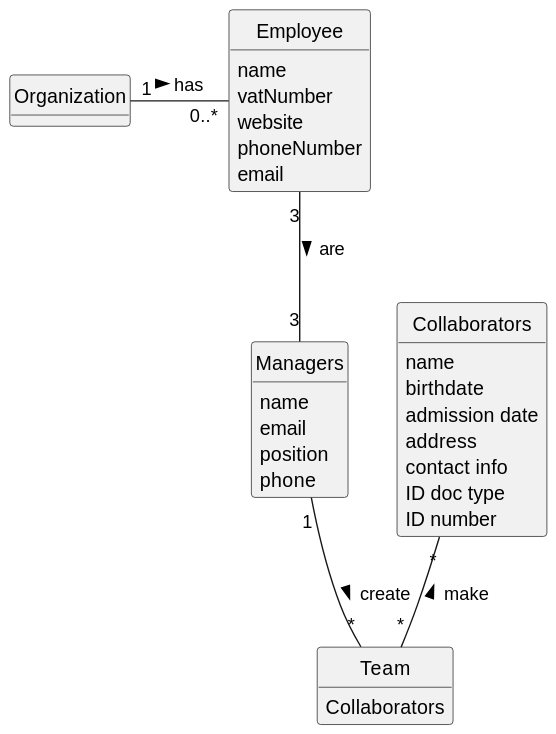
Above: docs/sprintA/us005/02.analysis/svg/us005-domain-model.svg in Departamento-de-Engenharia-Informatica/lei-24-s2-1df-1de-g063 (PlantUML), before the change.
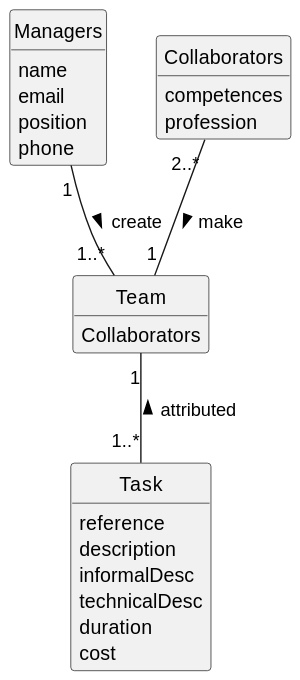
The same file after the commit.

Diff of the diagram source:
```diff
@@ -11,20 +11,11 @@
 
 
 
-class Organization {
-
-}
 
 class Team{
     Collaborators
 }
-class Employee {
-    name
-    vatNumber
-    website
-    phoneNumber
-    email
-}
+
 class Managers{
     name
     email
@@ -32,18 +23,19 @@
     phone
 }
 class Collaborators{
-    name
-    birthdate
-    admission date
-    address
-    contact info
-    ID doc type
-    ID number
+    competences
+    profession
+}
+class Task {
+    reference
+    description
+    informalDesc
+    technicalDesc
+    duration
+    cost
 }
 
-
-Organization "1" - "0..*" Employee : has >
-Employee "3" -- "3" Managers : are >
-Managers "1" -- "*" Team : create >
-Collaborators "*" -- "*" Team : make <
+Managers "1" -- "1..*" Team : create >
+Collaborators "2..*" -- "1" Team : make >
+Team "1" -- "1..*" Task : attributed <
 @enduml
```
